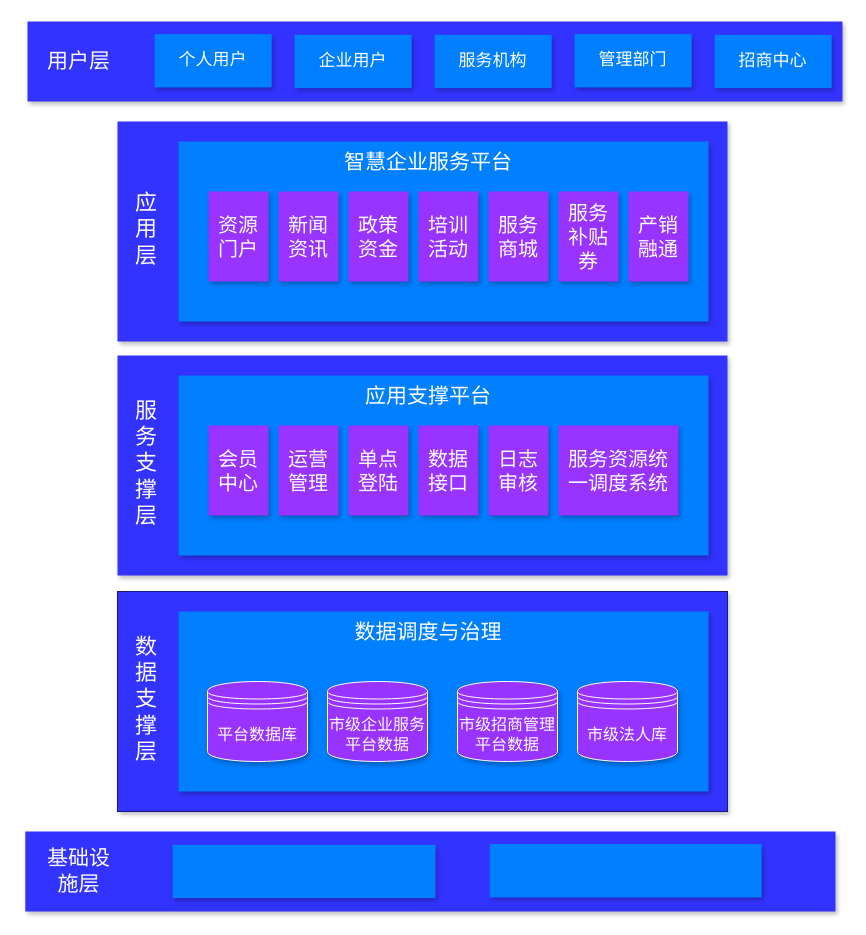
The draw.io diagram framework3.drawio in cjaack2/Images_Repository, before the edit. Source tidied: cells renumbered, new cells numbered last; positions are measured from the earlier drawing's top-left corner, leaving out a move shared by most shapes. Both pictures are drawn from the tidied source at 100%, with x=0, y=0 at pixel (25, 21).
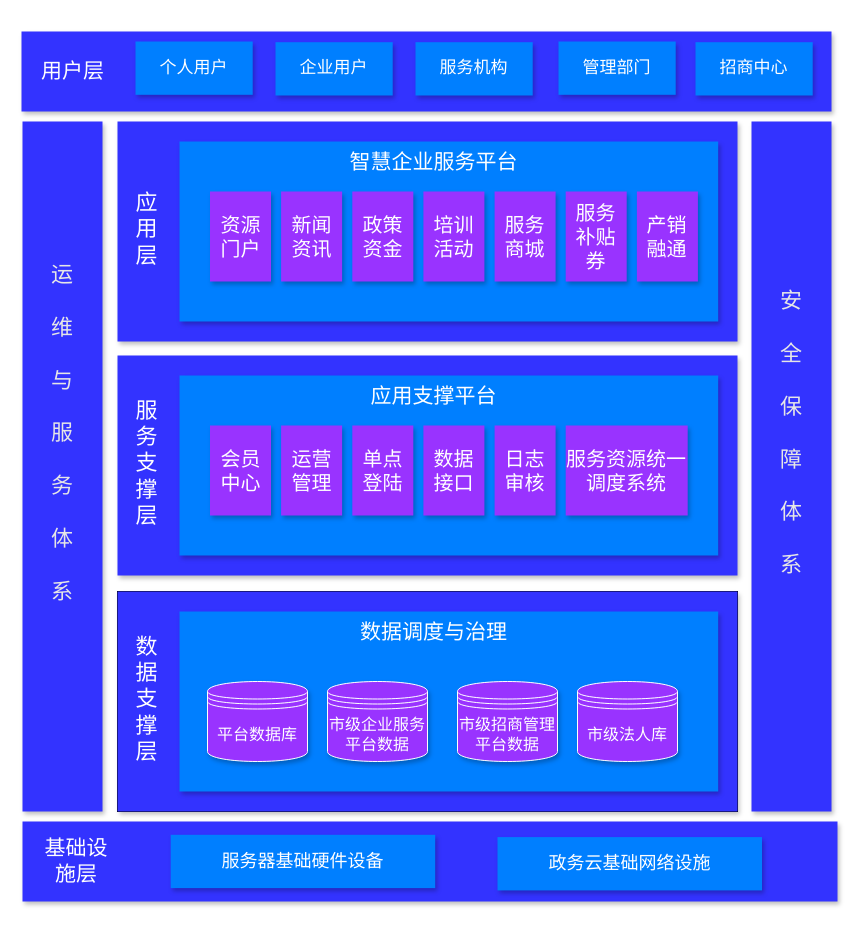
After the change.

Change to the diagram source:
```diff
@@
     <mxCell id="2" style="group;" parent="1" vertex="1">
-      <mxGeometry x="92" y="100" width="610" height="220" as="geometry" />
+      <mxGeometry x="92" y="100" width="620" height="220" as="geometry" />
     </mxCell>
     <mxCell id="3" style="rounded=0;whiteSpace=wrap;html=1;fillColor=#3333FF;strokeColor=none;shadow=1;" parent="2" vertex="1">
-      <mxGeometry width="610" height="220" as="geometry" />
+      <mxGeometry width="620" height="220" as="geometry" />
     </mxCell>
     <mxCell id="4" value="&lt;font color=&quot;#ffffff&quot; style=&quot;font-size: 22px&quot;&gt;应用层&lt;/font&gt;" style="text;html=1;strokeColor=none;fillColor=none;align=center;verticalAlign=middle;whiteSpace=wrap;rounded=0;" parent="2" vertex="1">
-      <mxGeometry x="14" y="43" width="30" height="130" as="geometry" />
+      <mxGeometry x="14.2" y="43" width="30.5" height="130" as="geometry" />
     </mxCell>
     <mxCell id="5" style="group;" parent="2" vertex="1">
-      <mxGeometry x="61" y="20" width="530" height="180" as="geometry" />
+      <mxGeometry x="62" y="20" width="538.7" height="180" as="geometry" />
     </mxCell>
     <mxCell id="6" style="rounded=0;whiteSpace=wrap;html=1;fillColor=#007FFF;strokeColor=none;shadow=1;" parent="5" vertex="1">
-      <mxGeometry width="530" height="180" as="geometry" />
+      <mxGeometry width="538.7" height="180" as="geometry" />
     </mxCell>
     <mxCell id="7" value="&lt;font color=&quot;#ffffff&quot;&gt;&lt;span style=&quot;font-size: 21px&quot;&gt;智慧企业服务平台&lt;/span&gt;&lt;/font&gt;" style="text;html=1;strokeColor=none;fillColor=none;align=center;verticalAlign=middle;whiteSpace=wrap;rounded=0;" parent="5" vertex="1">
-      <mxGeometry x="100" y="10" width="300" height="20" as="geometry" />
+      <mxGeometry x="101.6" y="10" width="304.9" height="20" as="geometry" />
     </mxCell>
     <mxCell id="8" value="&lt;font style=&quot;font-size: 20px&quot; color=&quot;#ffffff&quot;&gt;资源门户&lt;/font&gt;" style="rounded=0;whiteSpace=wrap;html=1;fillColor=#9933FF;strokeColor=none;shadow=1;" parent="5" vertex="1">
-      <mxGeometry x="30" y="50" width="60" height="90" as="geometry" />
+      <mxGeometry x="30.5" y="50" width="61" height="90" as="geometry" />
     </mxCell>
     <mxCell id="9" value="&lt;font style=&quot;font-size: 20px&quot; color=&quot;#ffffff&quot;&gt;新闻资讯&lt;/font&gt;" style="rounded=0;whiteSpace=wrap;html=1;fillColor=#9933FF;strokeColor=none;shadow=1;" parent="5" vertex="1">
-      <mxGeometry x="100" y="50" width="60" height="90" as="geometry" />
+      <mxGeometry x="101.6" y="50" width="61" height="90" as="geometry" />
     </mxCell>
     <mxCell id="10" value="&lt;font style=&quot;font-size: 20px&quot; color=&quot;#ffffff&quot;&gt;政策资金&lt;/font&gt;" style="rounded=0;whiteSpace=wrap;html=1;fillColor=#9933FF;strokeColor=none;shadow=1;" parent="5" vertex="1">
-      <mxGeometry x="170" y="50" width="60" height="90" as="geometry" />
+      <mxGeometry x="172.8" y="50" width="61" height="90" as="geometry" />
     </mxCell>
     <mxCell id="11" value="&lt;font style=&quot;font-size: 20px&quot; color=&quot;#ffffff&quot;&gt;培训活动&lt;/font&gt;" style="rounded=0;whiteSpace=wrap;html=1;fillColor=#9933FF;strokeColor=none;shadow=1;" parent="5" vertex="1">
-      <mxGeometry x="240" y="50" width="60" height="90" as="geometry" />
+      <mxGeometry x="243.9" y="50" width="61" height="90" as="geometry" />
     </mxCell>
     <mxCell id="12" value="&lt;font style=&quot;font-size: 20px&quot; color=&quot;#ffffff&quot;&gt;服务商城&lt;/font&gt;" style="rounded=0;whiteSpace=wrap;html=1;fillColor=#9933FF;strokeColor=none;shadow=1;" parent="5" vertex="1">
-      <mxGeometry x="310" y="50" width="60" height="90" as="geometry" />
+      <mxGeometry x="315.1" y="50" width="61" height="90" as="geometry" />
     </mxCell>
     <mxCell id="13" value="&lt;font style=&quot;font-size: 20px&quot; color=&quot;#ffffff&quot;&gt;服务补贴券&lt;/font&gt;" style="rounded=0;whiteSpace=wrap;html=1;fillColor=#9933FF;strokeColor=none;shadow=1;" parent="5" vertex="1">
-      <mxGeometry x="380" y="50" width="60" height="90" as="geometry" />
+      <mxGeometry x="386.2" y="50" width="61" height="90" as="geometry" />
     </mxCell>
     <mxCell id="14" value="&lt;font style=&quot;font-size: 20px&quot; color=&quot;#ffffff&quot;&gt;产销融通&lt;/font&gt;" style="rounded=0;whiteSpace=wrap;html=1;fillColor=#9933FF;strokeColor=none;shadow=1;" parent="5" vertex="1">
-      <mxGeometry x="450" y="50" width="60" height="90" as="geometry" />
+      <mxGeometry x="457.4" y="50" width="61" height="90" as="geometry" />
     </mxCell>
     <mxCell id="15" style="group;" parent="1" vertex="1">
-      <mxGeometry x="92" y="334" width="610" height="220" as="geometry" />
+      <mxGeometry x="92" y="334" width="620" height="220" as="geometry" />
     </mxCell>
     <mxCell id="16" style="rounded=0;whiteSpace=wrap;html=1;fillColor=#3333FF;strokeColor=none;shadow=1;" parent="15" vertex="1">
-      <mxGeometry width="610" height="220" as="geometry" />
+      <mxGeometry width="620" height="220" as="geometry" />
     </mxCell>
     <mxCell id="17" value="&lt;font color=&quot;#ffffff&quot; style=&quot;font-size: 22px&quot;&gt;服务支撑层&lt;/font&gt;" style="text;html=1;strokeColor=none;fillColor=none;align=center;verticalAlign=middle;whiteSpace=wrap;rounded=0;" parent="15" vertex="1">
-      <mxGeometry x="14" y="43" width="30" height="130" as="geometry" />
+      <mxGeometry x="14.2" y="43" width="30.5" height="130" as="geometry" />
     </mxCell>
     <mxCell id="18" style="group;" parent="15" vertex="1">
-      <mxGeometry x="61" y="20" width="530" height="180" as="geometry" />
+      <mxGeometry x="62" y="20" width="538.7" height="180" as="geometry" />
     </mxCell>
     <mxCell id="19" style="rounded=0;whiteSpace=wrap;html=1;fillColor=#007FFF;strokeColor=none;shadow=1;" parent="18" vertex="1">
-      <mxGeometry width="530" height="180" as="geometry" />
+      <mxGeometry width="538.7" height="180" as="geometry" />
     </mxCell>
     <mxCell id="20" value="&lt;font color=&quot;#ffffff&quot;&gt;&lt;span style=&quot;font-size: 21px&quot;&gt;应用支撑平台&lt;/span&gt;&lt;/font&gt;" style="text;html=1;strokeColor=none;fillColor=none;align=center;verticalAlign=middle;whiteSpace=wrap;rounded=0;" parent="18" vertex="1">
-      <mxGeometry x="100" y="10" width="300" height="20" as="geometry" />
+      <mxGeometry x="101.6" y="10" width="304.9" height="20" as="geometry" />
     </mxCell>
     <mxCell id="21" value="&lt;font style=&quot;font-size: 20px&quot; color=&quot;#ffffff&quot;&gt;会员中心&lt;/font&gt;" style="rounded=0;whiteSpace=wrap;html=1;fillColor=#9933FF;strokeColor=none;shadow=1;" parent="18" vertex="1">
-      <mxGeometry x="30" y="50" width="60" height="90" as="geometry" />
+      <mxGeometry x="30.5" y="50" width="61" height="90" as="geometry" />
     </mxCell>
     <mxCell id="22" value="&lt;font style=&quot;font-size: 20px&quot; color=&quot;#ffffff&quot;&gt;运营管理&lt;/font&gt;" style="rounded=0;whiteSpace=wrap;html=1;fillColor=#9933FF;strokeColor=none;shadow=1;" parent="18" vertex="1">
-      <mxGeometry x="100" y="50" width="60" height="90" as="geometry" />
+      <mxGeometry x="101.6" y="50" width="61" height="90" as="geometry" />
     </mxCell>
     <mxCell id="23" value="&lt;font style=&quot;font-size: 20px&quot; color=&quot;#ffffff&quot;&gt;单点登陆&lt;/font&gt;" style="rounded=0;whiteSpace=wrap;html=1;fillColor=#9933FF;strokeColor=none;shadow=1;" parent="18" vertex="1">
-      <mxGeometry x="170" y="50" width="60" height="90" as="geometry" />
+      <mxGeometry x="172.8" y="50" width="61" height="90" as="geometry" />
     </mxCell>
     <mxCell id="24" value="&lt;font style=&quot;font-size: 20px&quot; color=&quot;#ffffff&quot;&gt;数据接口&lt;/font&gt;" style="rounded=0;whiteSpace=wrap;html=1;fillColor=#9933FF;strokeColor=none;shadow=1;" parent="18" vertex="1">
-      <mxGeometry x="240" y="50" width="60" height="90" as="geometry" />
+      <mxGeometry x="243.9" y="50" width="61" height="90" as="geometry" />
     </mxCell>
     <mxCell id="25" value="&lt;font style=&quot;font-size: 20px&quot; color=&quot;#ffffff&quot;&gt;日志审核&lt;/font&gt;" style="rounded=0;whiteSpace=wrap;html=1;fillColor=#9933FF;strokeColor=none;shadow=1;" parent="18" vertex="1">
-      <mxGeometry x="310" y="50" width="60" height="90" as="geometry" />
+      <mxGeometry x="315.1" y="50" width="61" height="90" as="geometry" />
     </mxCell>
     <mxCell id="26" value="&lt;font style=&quot;font-size: 20px&quot; color=&quot;#ffffff&quot;&gt;服务资源统一调度系统&lt;/font&gt;" style="rounded=0;whiteSpace=wrap;html=1;fillColor=#9933FF;strokeColor=none;shadow=1;" parent="18" vertex="1">
-      <mxGeometry x="380" y="50" width="120" height="90" as="geometry" />
+      <mxGeometry x="386.2" y="50" width="122" height="90" as="geometry" />
     </mxCell>
     <mxCell id="27" style="group;strokeColor=#000000;fontColor=#E6E6E6;" parent="1" vertex="1">
-      <mxGeometry x="92" y="570" width="610" height="220" as="geometry" />
+      <mxGeometry x="92" y="570" width="620" height="220" as="geometry" />
     </mxCell>
     <mxCell id="28" style="rounded=0;whiteSpace=wrap;html=1;fillColor=#3333FF;strokeColor=none;shadow=1;" parent="27" vertex="1">
-      <mxGeometry width="610" height="220" as="geometry" />
+      <mxGeometry width="620" height="220" as="geometry" />
     </mxCell>
     <mxCell id="29" value="&lt;font color=&quot;#ffffff&quot; style=&quot;font-size: 22px&quot;&gt;数据支撑层&lt;/font&gt;" style="text;html=1;strokeColor=none;fillColor=none;align=center;verticalAlign=middle;whiteSpace=wrap;rounded=0;" parent="27" vertex="1">
-      <mxGeometry x="14" y="43" width="30" height="130" as="geometry" />
+      <mxGeometry x="14.2" y="43" width="30.5" height="130" as="geometry" />
     </mxCell>
     <mxCell id="30" style="group;" parent="27" vertex="1">
-      <mxGeometry x="61" y="20" width="530" height="180" as="geometry" />
+      <mxGeometry x="62" y="20" width="538.7" height="180" as="geometry" />
     </mxCell>
     <mxCell id="31" style="rounded=0;whiteSpace=wrap;html=1;fillColor=#007FFF;strokeColor=none;shadow=1;" parent="30" vertex="1">
-      <mxGeometry width="530" height="180" as="geometry" />
+      <mxGeometry width="538.7" height="180" as="geometry" />
     </mxCell>
     <mxCell id="32" value="&lt;font color=&quot;#ffffff&quot;&gt;&lt;span style=&quot;font-size: 21px&quot;&gt;数据调度与治理&lt;/span&gt;&lt;/font&gt;" style="text;html=1;strokeColor=none;fillColor=none;align=center;verticalAlign=middle;whiteSpace=wrap;rounded=0;" parent="30" vertex="1">
-      <mxGeometry x="100" y="10" width="300" height="20" as="geometry" />
+      <mxGeometry x="101.6" y="10" width="304.9" height="20" as="geometry" />
     </mxCell>
@@
-    <mxCell id="37" style="group;fontColor=#E6E6E6;" parent="1" vertex="1">
-      <mxGeometry x="10" y="810" width="810" height="80" as="geometry" />
-    </mxCell>
-    <mxCell id="38" style="group;" parent="37" vertex="1">
-      <mxGeometry x="-10.2" width="810.2" height="80" as="geometry" />
+    <mxCell id="38" style="group;" parent="1" vertex="1">
+      <mxGeometry x="-3" y="800" width="815" height="80" as="geometry" />
     </mxCell>
     <mxCell id="39" style="rounded=0;whiteSpace=wrap;html=1;fillColor=#3333FF;strokeColor=none;shadow=1;" parent="38" vertex="1">
-      <mxGeometry width="810.2" height="80" as="geometry" />
+      <mxGeometry width="815" height="80" as="geometry" />
     </mxCell>
     <mxCell id="40" value="&lt;font color=&quot;#ffffff&quot; style=&quot;font-size: 21px&quot;&gt;基础设施层&lt;/font&gt;" style="text;html=1;strokeColor=none;fillColor=none;align=center;verticalAlign=middle;whiteSpace=wrap;rounded=0;" parent="38" vertex="1">
-      <mxGeometry x="19" y="15.6" width="69.3" height="47.3" as="geometry" />
+      <mxGeometry x="19.1" y="15.6" width="69.7" height="47.3" as="geometry" />
     </mxCell>
-    <mxCell id="41" style="rounded=0;whiteSpace=wrap;html=1;fillColor=#007FFF;strokeColor=none;shadow=1;" parent="38" vertex="1">
-      <mxGeometry x="147.3" y="13.3" width="262.9" height="53.3" as="geometry" />
+    <mxCell id="41" value="&lt;font color=&quot;#ffffff&quot; style=&quot;font-size: 18px&quot;&gt;服务器基础硬件设备&lt;/font&gt;" style="rounded=0;whiteSpace=wrap;html=1;fillColor=#007FFF;strokeColor=none;shadow=1;" parent="38" vertex="1">
+      <mxGeometry x="148.2" y="13.3" width="264.5" height="53.3" as="geometry" />
     </mxCell>
-    <mxCell id="42" style="rounded=0;whiteSpace=wrap;html=1;fillColor=#007FFF;strokeColor=none;shadow=1;" parent="38" vertex="1">
-      <mxGeometry x="464.5" y="12.6" width="271.9" height="53.3" as="geometry" />
-    </mxCell>
-    <mxCell id="43" style="group;" parent="37" vertex="1">
-      <mxGeometry x="-8" y="-810" width="815" height="80" as="geometry" />
-    </mxCell>
+    <mxCell id="51" value="&lt;font color=&quot;#ffffff&quot;&gt;&lt;span style=&quot;font-size: 18px&quot;&gt;政务云基础网络设施&lt;/span&gt;&lt;/font&gt;" style="rounded=0;whiteSpace=wrap;html=1;fillColor=#007FFF;strokeColor=none;shadow=1;" parent="38" vertex="1">
+      <mxGeometry x="475" y="15.6" width="264.5" height="53.3" as="geometry" />
+    </mxCell>
+    <mxCell id="52" style="group;" parent="1" vertex="1">
+      <mxGeometry x="-8" y="10" width="815" height="80" as="geometry" />
+    </mxCell>
+    <mxCell id="53" style="group;" parent="52" vertex="1">
+      <mxGeometry x="4" width="815" height="80" as="geometry" />
+    </mxCell>
-    <mxCell id="44" style="rounded=0;whiteSpace=wrap;html=1;fillColor=#3333FF;strokeColor=none;shadow=1;" parent="43" vertex="1">
-      <mxGeometry width="815" height="80" as="geometry" />
+    <mxCell id="44" style="rounded=0;whiteSpace=wrap;html=1;fillColor=#3333FF;strokeColor=none;shadow=1;" parent="53" vertex="1">
+      <mxGeometry width="810" height="80" as="geometry" />
     </mxCell>
-    <mxCell id="45" value="&lt;font color=&quot;#ffffff&quot; style=&quot;font-size: 21px&quot;&gt;用户层&lt;/font&gt;" style="text;html=1;strokeColor=none;fillColor=none;align=center;verticalAlign=middle;whiteSpace=wrap;rounded=0;" parent="43" vertex="1">
+    <mxCell id="45" value="&lt;font color=&quot;#ffffff&quot; style=&quot;font-size: 21px&quot;&gt;用户层&lt;/font&gt;" style="text;html=1;strokeColor=none;fillColor=none;align=center;verticalAlign=middle;whiteSpace=wrap;rounded=0;" parent="53" vertex="1">
       <mxGeometry x="18.4" y="15.6" width="67.1" height="47.3" as="geometry" />
     </mxCell>
+    <mxCell id="54" style="group;" parent="52" vertex="1">
+      <mxGeometry x="118" y="10" width="677.2" height="54.1" as="geometry" />
+    </mxCell>
-    <mxCell id="46" value="&lt;font color=&quot;#ffffff&quot; style=&quot;font-size: 17px&quot;&gt;企业用户&lt;/font&gt;" style="rounded=0;whiteSpace=wrap;html=1;fillColor=#007FFF;strokeColor=none;shadow=1;" parent="1" vertex="1">
-      <mxGeometry x="269" y="13.3" width="117.2" height="53.3" as="geometry" />
+    <mxCell id="46" value="&lt;font color=&quot;#ffffff&quot; style=&quot;font-size: 17px&quot;&gt;企业用户&lt;/font&gt;" style="rounded=0;whiteSpace=wrap;html=1;fillColor=#007FFF;strokeColor=none;shadow=1;" parent="54" vertex="1">
+      <mxGeometry x="140" y="0.7" width="117.2" height="53.3" as="geometry" />
     </mxCell>
-    <mxCell id="47" value="&lt;font color=&quot;#ffffff&quot; style=&quot;font-size: 17px&quot;&gt;服务机构&lt;/font&gt;" style="rounded=0;whiteSpace=wrap;html=1;fillColor=#007FFF;strokeColor=none;shadow=1;" parent="1" vertex="1">
-      <mxGeometry x="409" y="13.3" width="117.2" height="53.3" as="geometry" />
+    <mxCell id="47" value="&lt;font color=&quot;#ffffff&quot; style=&quot;font-size: 17px&quot;&gt;服务机构&lt;/font&gt;" style="rounded=0;whiteSpace=wrap;html=1;fillColor=#007FFF;strokeColor=none;shadow=1;" parent="54" vertex="1">
+      <mxGeometry x="280" y="0.7" width="117.2" height="53.3" as="geometry" />
     </mxCell>
-    <mxCell id="48" value="&lt;font color=&quot;#ffffff&quot;&gt;&lt;span style=&quot;font-size: 17px&quot;&gt;管理部门&lt;/span&gt;&lt;/font&gt;" style="rounded=0;whiteSpace=wrap;html=1;fillColor=#007FFF;strokeColor=none;shadow=1;" parent="1" vertex="1">
-      <mxGeometry x="549" y="12.6" width="117.2" height="53.3" as="geometry" />
+    <mxCell id="48" value="&lt;font color=&quot;#ffffff&quot;&gt;&lt;span style=&quot;font-size: 17px&quot;&gt;管理部门&lt;/span&gt;&lt;/font&gt;" style="rounded=0;whiteSpace=wrap;html=1;fillColor=#007FFF;strokeColor=none;shadow=1;" parent="54" vertex="1">
+      <mxGeometry x="423" width="117.2" height="53.3" as="geometry" />
     </mxCell>
-    <mxCell id="49" value="&lt;font color=&quot;#ffffff&quot; style=&quot;font-size: 17px&quot;&gt;招商中心&lt;/font&gt;" style="rounded=0;whiteSpace=wrap;html=1;fillColor=#007FFF;strokeColor=none;shadow=1;" parent="1" vertex="1">
-      <mxGeometry x="689" y="13.3" width="117.2" height="53.3" as="geometry" />
+    <mxCell id="49" value="&lt;font color=&quot;#ffffff&quot; style=&quot;font-size: 17px&quot;&gt;招商中心&lt;/font&gt;" style="rounded=0;whiteSpace=wrap;html=1;fillColor=#007FFF;strokeColor=none;shadow=1;" parent="54" vertex="1">
+      <mxGeometry x="560" y="0.7" width="117.2" height="53.3" as="geometry" />
     </mxCell>
-    <mxCell id="50" value="&lt;font color=&quot;#ffffff&quot; style=&quot;font-size: 17px&quot;&gt;个人用户&lt;/font&gt;" style="rounded=0;whiteSpace=wrap;html=1;fillColor=#007FFF;strokeColor=none;shadow=1;" parent="1" vertex="1">
-      <mxGeometry x="129" y="12.6" width="117.2" height="53.3" as="geometry" />
+    <mxCell id="50" value="&lt;font color=&quot;#ffffff&quot; style=&quot;font-size: 17px&quot;&gt;个人用户&lt;/font&gt;" style="rounded=0;whiteSpace=wrap;html=1;fillColor=#007FFF;strokeColor=none;shadow=1;" parent="54" vertex="1">
+      <mxGeometry width="117.2" height="53.3" as="geometry" />
     </mxCell>
+    <mxCell id="55" style="group;shadow=1;" parent="1" vertex="1">
+      <mxGeometry x="-3" y="100" width="80" height="690" as="geometry" />
+    </mxCell>
+    <mxCell id="56" style="rounded=0;whiteSpace=wrap;html=1;shadow=1;fontColor=#E6E6E6;fillColor=#3333FF;strokeColor=none;" parent="55" vertex="1">
+      <mxGeometry width="80" height="690" as="geometry" />
+    </mxCell>
+    <mxCell id="57" value="运&lt;br&gt;&lt;br&gt;维&lt;br&gt;&lt;br&gt;与&lt;br&gt;&lt;br&gt;服&lt;br&gt;&lt;br&gt;务&lt;br&gt;&lt;br&gt;体&lt;br&gt;&lt;br&gt;系" style="text;html=1;strokeColor=none;fillColor=none;align=center;verticalAlign=middle;whiteSpace=wrap;rounded=0;shadow=1;fontColor=#E6E6E6;fontSize=22;spacingTop=0;spacing=2;spacingLeft=0;" parent="55" vertex="1">
+      <mxGeometry x="20" y="302" width="40" height="20" as="geometry" />
+    </mxCell>
+    <mxCell id="58" style="group;shadow=1;" parent="1" vertex="1">
+      <mxGeometry x="726" y="100" width="80" height="690" as="geometry" />
+    </mxCell>
+    <mxCell id="59" style="rounded=0;whiteSpace=wrap;html=1;shadow=1;fontColor=#E6E6E6;fillColor=#3333FF;strokeColor=none;" parent="58" vertex="1">
+      <mxGeometry width="80" height="690" as="geometry" />
+    </mxCell>
+    <mxCell id="60" value="安&lt;br&gt;&lt;br&gt;全&lt;br&gt;&lt;br&gt;保&lt;br&gt;&lt;br&gt;障&lt;br&gt;&lt;br&gt;体&lt;br&gt;&lt;br&gt;系" style="text;html=1;strokeColor=none;fillColor=none;align=center;verticalAlign=middle;whiteSpace=wrap;rounded=0;shadow=1;fontColor=#E6E6E6;fontSize=22;spacingTop=0;spacing=2;spacingLeft=0;" parent="58" vertex="1">
+      <mxGeometry x="20" y="302" width="40" height="20" as="geometry" />
+    </mxCell>
```
